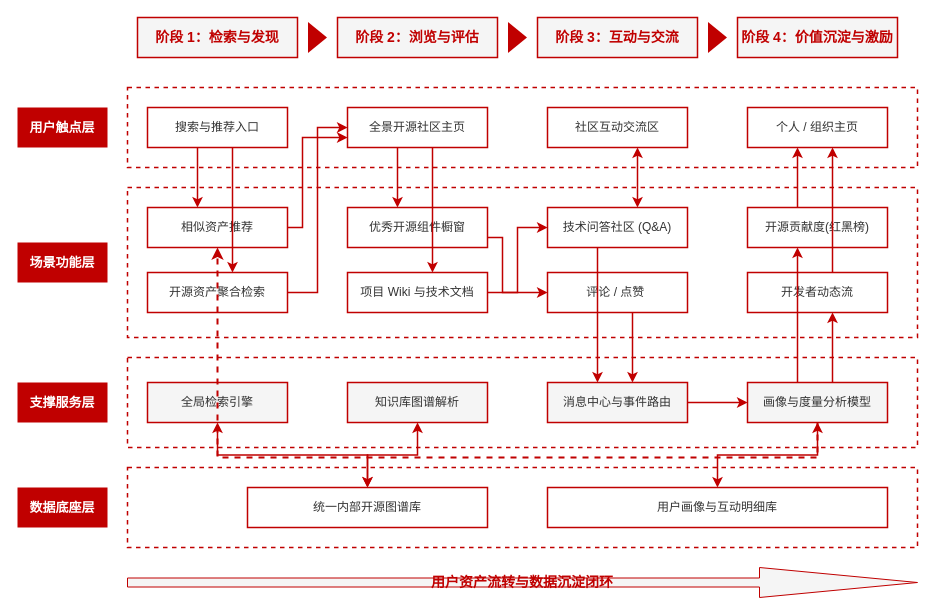
Before: 成果与交流.drawio in kurtisjuwensx/self, a draw.io diagram. Source tidied: cells renumbered, new cells numbered last; positions are measured from the earlier drawing's top-left corner, leaving out a move shared by most shapes. Both pictures are drawn from the tidied source at 100%, with x=0, y=0 at pixel (17, 17).
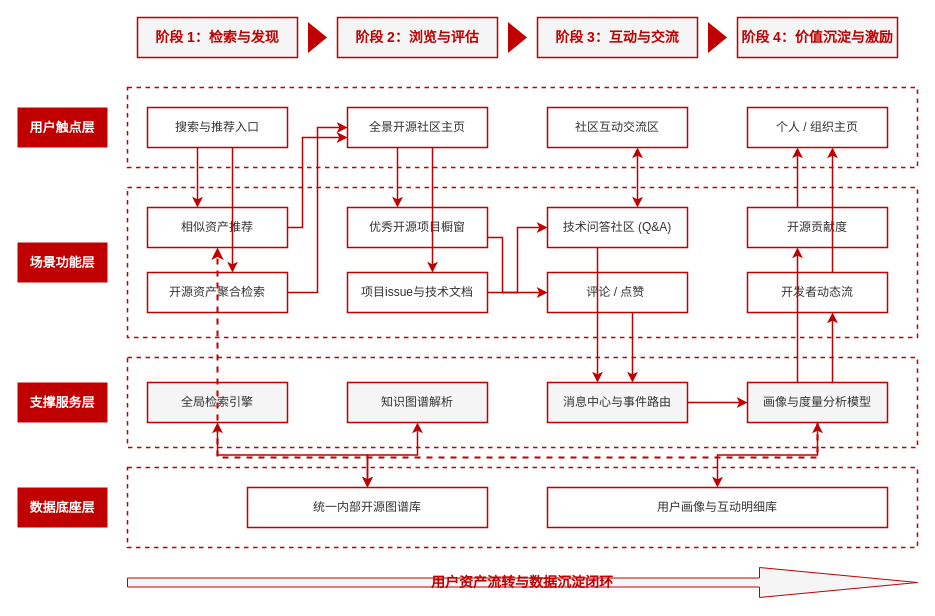
The same diagram, later.

Commit message (it also covers changes not shown here):
更新成果与交流.drawio

Diff of the diagram source:
```diff
@@
-    <mxCell id="22" value="优秀开源组件橱窗" style="rounded=0;whiteSpace=wrap;html=1;fillColor=#FFFFFF;fontColor=#333333;strokeColor=#C00000;strokeWidth=1.5;" parent="1" vertex="1">
+    <mxCell id="22" value="优秀开源项目橱窗" style="rounded=0;whiteSpace=wrap;html=1;fillColor=#FFFFFF;fontColor=#333333;strokeColor=#C00000;strokeWidth=1.5;" parent="1" vertex="1">
       <mxGeometry x="330" y="190" width="140" height="40" as="geometry" />
     </mxCell>
-    <mxCell id="23" value="项目 Wiki 与技术文档" style="rounded=0;whiteSpace=wrap;html=1;fillColor=#FFFFFF;fontColor=#333333;strokeColor=#C00000;strokeWidth=1.5;" parent="1" vertex="1">
+    <mxCell id="23" value="项目issue与技术文档" style="rounded=0;whiteSpace=wrap;html=1;fillColor=#FFFFFF;fontColor=#333333;strokeColor=#C00000;strokeWidth=1.5;" parent="1" vertex="1">
       <mxGeometry x="330" y="255" width="140" height="40" as="geometry" />
     </mxCell>
-    <mxCell id="24" value="知识库图谱解析" style="rounded=0;whiteSpace=wrap;html=1;fillColor=#F5F5F5;fontColor=#333333;strokeColor=#C00000;strokeWidth=1.5;" parent="1" vertex="1">
+    <mxCell id="24" value="知识图谱解析" style="rounded=0;whiteSpace=wrap;html=1;fillColor=#F5F5F5;fontColor=#333333;strokeColor=#C00000;strokeWidth=1.5;" parent="1" vertex="1">
       <mxGeometry x="330" y="365" width="140" height="40" as="geometry" />
     </mxCell>
@@
-    <mxCell id="30" value="开源贡献度(红黑榜)" style="rounded=0;whiteSpace=wrap;html=1;fillColor=#FFFFFF;fontColor=#333333;strokeColor=#C00000;strokeWidth=1.5;" parent="1" vertex="1">
+    <mxCell id="30" value="开源贡献度" style="rounded=0;whiteSpace=wrap;html=1;fillColor=#FFFFFF;fontColor=#333333;strokeColor=#C00000;strokeWidth=1.5;" parent="1" vertex="1">
       <mxGeometry x="730" y="190" width="140" height="40" as="geometry" />
     </mxCell>
```
